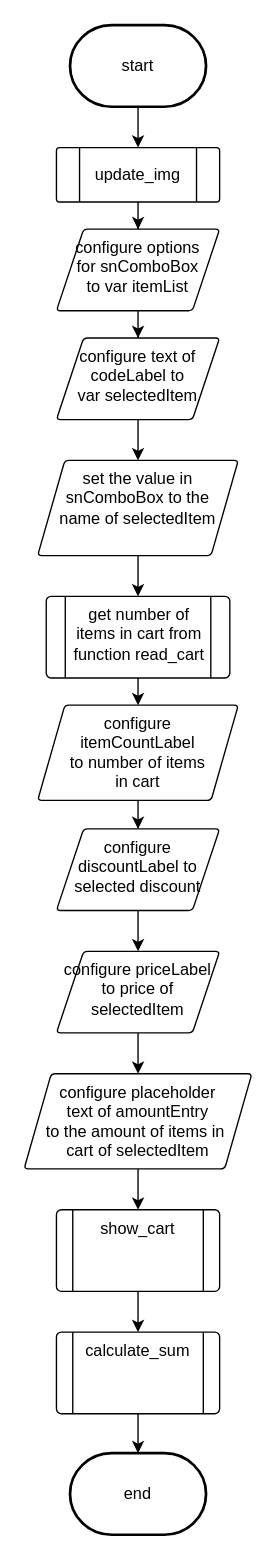
The draw.io diagram update_labels.drawio in thisisnich/projectFlowCharts, before the edit. Source tidied: cells renumbered, new cells numbered last; positions are measured from the earlier drawing's top-left corner, leaving out a move shared by most shapes. Both pictures are drawn from the tidied source at 136%, with x=0, y=0 at pixel (23, 24).
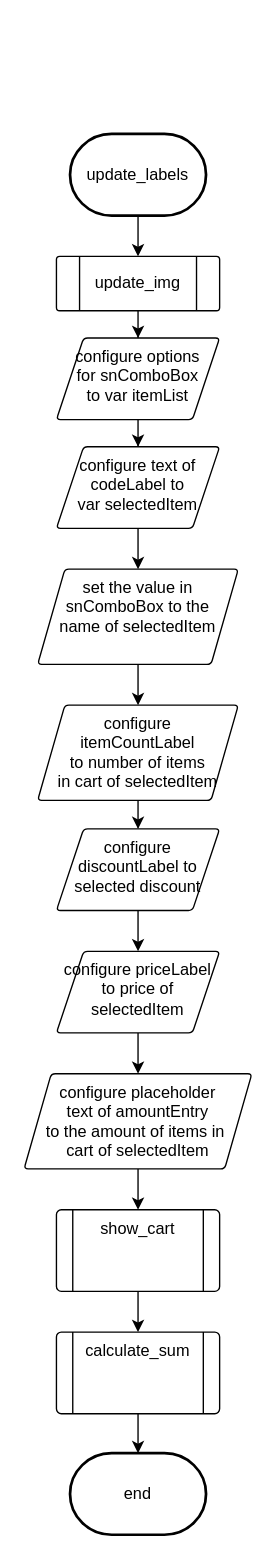
The same diagram, later.

Change to the diagram source:
```diff
@@
-    <mxCell id="3" value="start" style="strokeWidth=2;html=1;shape=mxgraph.flowchart.terminator;whiteSpace=wrap;" parent="1" vertex="1">
-      <mxGeometry x="34" width="100" height="60" as="geometry" />
+    <mxCell id="3" value="update_labels" style="strokeWidth=2;html=1;shape=mxgraph.flowchart.terminator;whiteSpace=wrap;" parent="1" vertex="1">
+      <mxGeometry x="34" y="80" width="100" height="60" as="geometry" />
     </mxCell>
@@
     <mxCell id="6" style="verticalLabelPosition=bottom;verticalAlign=top;html=1;shape=process;whiteSpace=wrap;rounded=1;size=0.14;arcSize=6;" parent="1" vertex="1">
-      <mxGeometry x="24" y="90" width="120" height="40" as="geometry" />
+      <mxGeometry x="24" y="170" width="120" height="40" as="geometry" />
     </mxCell>
     <mxCell id="7" value="update_img" style="text;html=1;align=center;verticalAlign=middle;whiteSpace=wrap;rounded=0;" parent="1" vertex="1">
-      <mxGeometry x="54" y="95" width="60" height="30" as="geometry" />
+      <mxGeometry x="54" y="175" width="60" height="30" as="geometry" />
     </mxCell>
@@
     <mxCell id="9" value="&lt;div&gt;configure options&lt;/div&gt;&lt;div&gt;for snComboBox&lt;/div&gt;&lt;div&gt;to var itemList&lt;br&gt;&lt;/div&gt;" style="shape=parallelogram;perimeter=parallelogramPerimeter;whiteSpace=wrap;html=1;fixedSize=1;verticalAlign=top;rounded=1;arcSize=6;" parent="1" vertex="1">
-      <mxGeometry x="24" y="150" width="120" height="60" as="geometry" />
+      <mxGeometry x="24" y="230" width="120" height="60" as="geometry" />
     </mxCell>
@@
     <mxCell id="11" value="&lt;div&gt;configure text of&lt;/div&gt;&lt;div&gt;codeLabel to&lt;/div&gt;&lt;div&gt;var selectedItem&lt;br&gt;&lt;/div&gt;" style="shape=parallelogram;perimeter=parallelogramPerimeter;whiteSpace=wrap;html=1;fixedSize=1;verticalAlign=top;rounded=1;arcSize=6;" parent="1" vertex="1">
-      <mxGeometry x="24" y="230" width="120" height="60" as="geometry" />
+      <mxGeometry x="24" y="310" width="120" height="60" as="geometry" />
     </mxCell>
-    <mxCell id="12" style="edgeStyle=orthogonalEdgeStyle;rounded=0;jettySize=auto;html=1;" parent="1" edge="1" source="13" target="15">
-      <mxGeometry relative="1" as="geometry" />
-    </mxCell>
-    <mxCell id="13" value="get number of items in cart from function read_cart" style="shape=process;whiteSpace=wrap;html=1;backgroundOutline=1;verticalAlign=top;rounded=1;arcSize=6;" parent="1" vertex="1">
-      <mxGeometry x="16.5" y="420" width="135" height="60" as="geometry" />
-    </mxCell>
@@
-    <mxCell id="15" value="&lt;div&gt;configure&lt;/div&gt;&lt;div&gt;itemCountLabel &lt;br&gt;&lt;/div&gt;&lt;div&gt;to number of items&lt;/div&gt;&lt;div&gt;in cart&lt;br&gt;&lt;/div&gt;" style="shape=parallelogram;perimeter=parallelogramPerimeter;whiteSpace=wrap;html=1;fixedSize=1;verticalAlign=top;rounded=1;arcSize=6;" parent="1" vertex="1">
+    <mxCell id="15" value="&lt;div&gt;configure&lt;/div&gt;&lt;div&gt;itemCountLabel &lt;br&gt;&lt;/div&gt;&lt;div&gt;to number of items&lt;/div&gt;&lt;div&gt;in cart of selectedItem&lt;br&gt;&lt;/div&gt;" style="shape=parallelogram;perimeter=parallelogramPerimeter;whiteSpace=wrap;html=1;fixedSize=1;verticalAlign=top;rounded=1;arcSize=6;" parent="1" vertex="1">
       <mxGeometry x="10.2" y="500" width="147.5" height="70" as="geometry" />
     </mxCell>
-    <mxCell id="16" style="edgeStyle=orthogonalEdgeStyle;rounded=0;jettySize=auto;html=1;" parent="1" edge="1" source="17" target="13">
-      <mxGeometry relative="1" as="geometry" />
-    </mxCell>
+    <mxCell id="28" style="edgeStyle=orthogonalEdgeStyle;rounded=0;jettySize=auto;html=1;" parent="1" edge="1" source="17" target="15">
+      <mxGeometry relative="1" as="geometry" />
+    </mxCell>
     <mxCell id="17" value="&lt;div&gt;set the value in snComboBox to the&lt;/div&gt;&lt;div&gt;name of selectedItem&lt;br&gt;&lt;/div&gt;" style="shape=parallelogram;perimeter=parallelogramPerimeter;whiteSpace=wrap;html=1;fixedSize=1;verticalAlign=top;rounded=1;arcSize=6;" parent="1" vertex="1">
-      <mxGeometry x="10.2" y="320" width="147.5" height="70" as="geometry" />
+      <mxGeometry x="10.2" y="400" width="147.5" height="70" as="geometry" />
     </mxCell>
```
